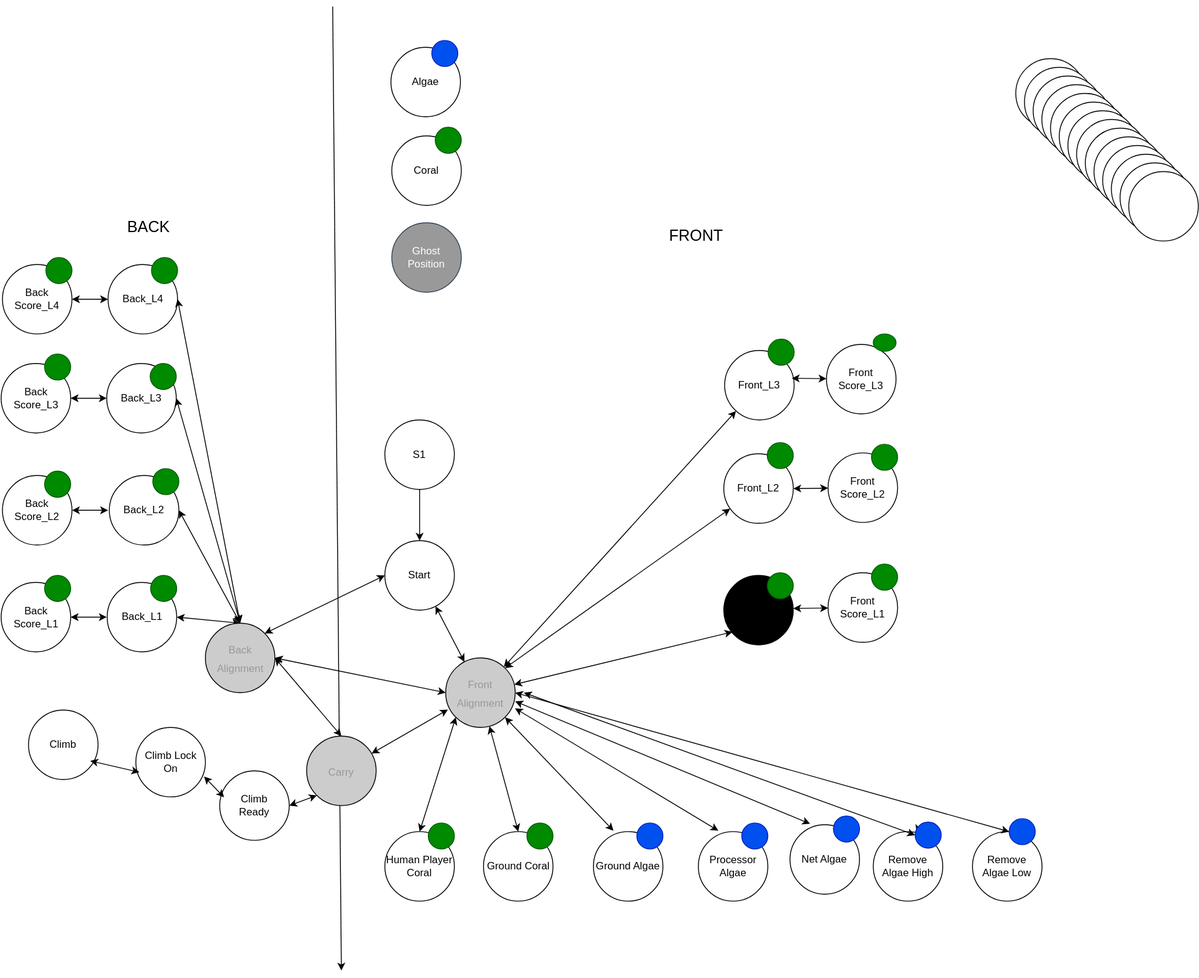
Above: src/main/java/frc/robot/subsystems/ArmControl/ArmGraph.drawio.svg in RossRambotics/2025-ReefScape (draw.io), before the change. Source tidied: cells renumbered, new cells last; positions are measured from the earlier drawing's top-left corner, leaving out a move shared by most shapes.
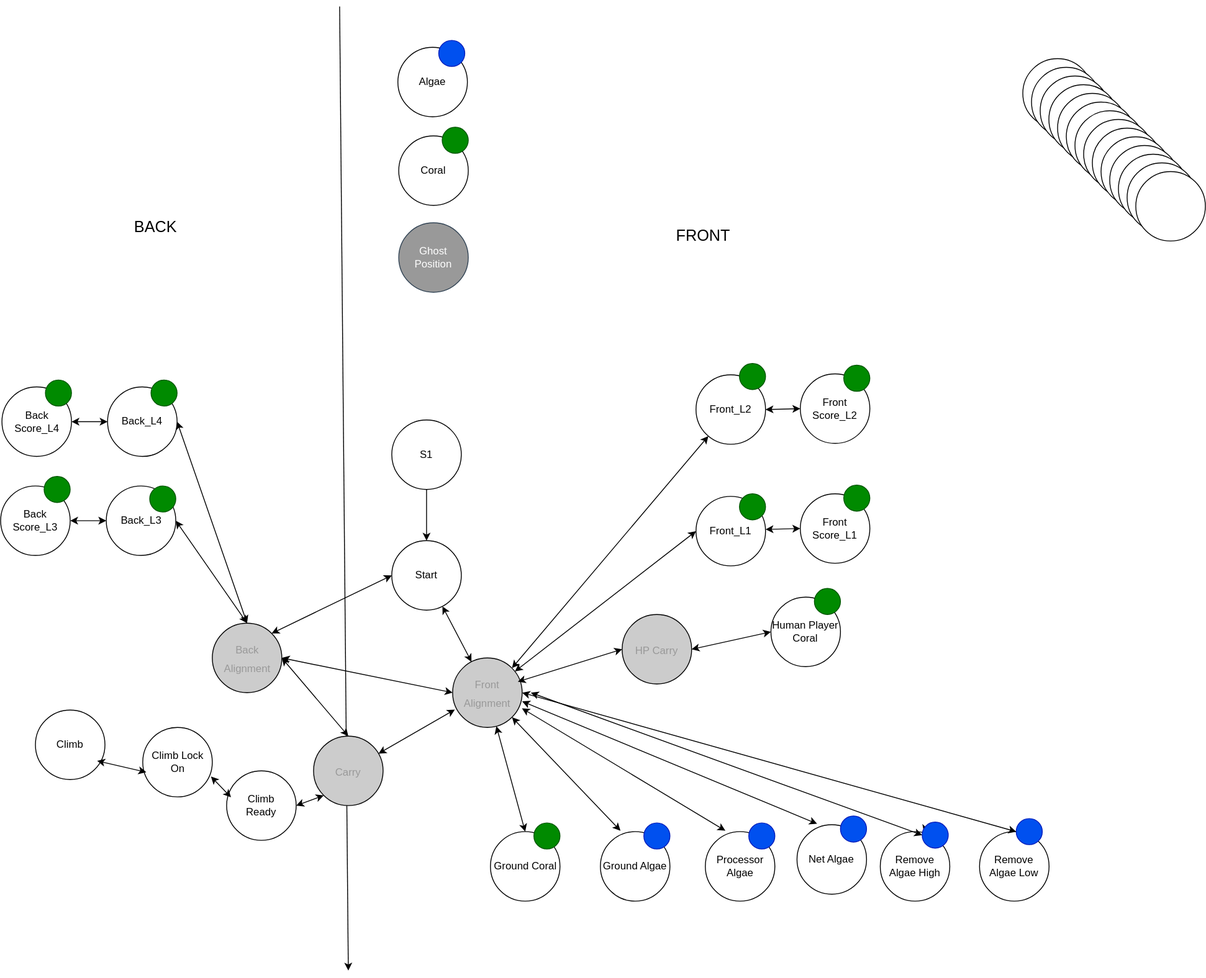
Above is the later version.

What changed in the source:
```diff
@@ -38,20 +38,20 @@
     <mxCell id="12" style="ellipse;whiteSpace=wrap;html=1;fillColor=#008a00;fontColor=#ffffff;strokeColor=#005700;" parent="1" vertex="1">
       <mxGeometry x="605.5" y="940" width="30" height="30" as="geometry" />
     </mxCell>
-    <mxCell id="13" style="edgeStyle=none;html=1;exitX=0.5;exitY=0;exitDx=0;exitDy=0;entryX=0;entryY=1;entryDx=0;entryDy=0;fontSize=12;startArrow=classic;startFill=1;" parent="1" edge="1" source="14" target="54">
+    <mxCell id="13" style="edgeStyle=none;html=1;exitX=0;exitY=0.5;exitDx=0;exitDy=0;fontSize=12;startArrow=classic;startFill=1;entryX=1;entryY=0.5;entryDx=0;entryDy=0;" parent="1" edge="1" source="14" target="105">
       <mxGeometry relative="1" as="geometry" />
     </mxCell>
     <mxCell id="14" value="Human Player Coral" style="ellipse;whiteSpace=wrap;html=1;" parent="1" vertex="1">
-      <mxGeometry x="442" y="950" width="80" height="80" as="geometry" />
+      <mxGeometry x="878.2" y="680" width="80" height="80" as="geometry" />
     </mxCell>
     <mxCell id="15" style="ellipse;whiteSpace=wrap;html=1;fillColor=#008a00;fontColor=#ffffff;strokeColor=#005700;" parent="1" vertex="1">
-      <mxGeometry x="492" y="940" width="30" height="30" as="geometry" />
+      <mxGeometry x="928.2" y="670" width="30" height="30" as="geometry" />
     </mxCell>
     <mxCell id="16" value="Front_L2" style="ellipse;whiteSpace=wrap;html=1;gradientColor=none;" parent="1" vertex="1">
-      <mxGeometry x="832" y="515" width="80" height="80" as="geometry" />
+      <mxGeometry x="792" y="424" width="80" height="80" as="geometry" />
     </mxCell>
     <mxCell id="17" style="ellipse;whiteSpace=wrap;html=1;fillColor=#008a00;fontColor=#ffffff;strokeColor=#005700;" parent="1" vertex="1">
-      <mxGeometry x="882" y="502" width="30" height="30" as="geometry" />
+      <mxGeometry x="842" y="411" width="30" height="30" as="geometry" />
     </mxCell>
     <mxCell id="18" style="ellipse;whiteSpace=wrap;html=1;gradientColor=none;" parent="1" vertex="1">
       <mxGeometry x="1168" y="60" width="80" height="80" as="geometry" />
@@ -95,23 +95,11 @@
     <mxCell id="31" style="ellipse;whiteSpace=wrap;html=1;gradientColor=none;" parent="1" vertex="1">
       <mxGeometry x="1298" y="190" width="80" height="80" as="geometry" />
     </mxCell>
-    <mxCell id="32" value="Back_L1" style="ellipse;whiteSpace=wrap;html=1;gradientColor=none;" parent="1" vertex="1">
-      <mxGeometry x="122.5" y="663" width="80" height="80" as="geometry" />
-    </mxCell>
-    <mxCell id="33" style="ellipse;whiteSpace=wrap;html=1;fillColor=#008a00;fontColor=#ffffff;strokeColor=#005700;" parent="1" vertex="1">
-      <mxGeometry x="172.5" y="655" width="30" height="30" as="geometry" />
-    </mxCell>
-    <mxCell id="34" value="Back_L2" style="ellipse;whiteSpace=wrap;html=1;gradientColor=none;" parent="1" vertex="1">
-      <mxGeometry x="125" y="540" width="80" height="80" as="geometry" />
-    </mxCell>
-    <mxCell id="35" style="ellipse;whiteSpace=wrap;html=1;fillColor=#008a00;fontColor=#ffffff;strokeColor=#005700;" parent="1" vertex="1">
-      <mxGeometry x="175" y="532" width="30" height="30" as="geometry" />
-    </mxCell>
     <mxCell id="36" value="Back_L3" style="ellipse;whiteSpace=wrap;html=1;gradientColor=none;" parent="1" vertex="1">
-      <mxGeometry x="122" y="411" width="80" height="80" as="geometry" />
+      <mxGeometry x="113.5" y="552" width="80" height="80" as="geometry" />
     </mxCell>
     <mxCell id="37" style="ellipse;whiteSpace=wrap;html=1;fillColor=#008a00;fontColor=#ffffff;strokeColor=#005700;" parent="1" vertex="1">
-      <mxGeometry x="172" y="411" width="30" height="30" as="geometry" />
+      <mxGeometry x="163.5" y="552" width="30" height="30" as="geometry" />
     </mxCell>
     <mxCell id="38" value="&lt;font style=&quot;font-size: 18px;&quot;&gt;BACK&lt;/font&gt;" style="text;strokeColor=none;align=center;fillColor=none;html=1;verticalAlign=middle;whiteSpace=wrap;rounded=0;" parent="1" vertex="1">
       <mxGeometry x="104.5" y="219" width="131" height="70" as="geometry" />
@@ -120,26 +108,20 @@
       <mxGeometry x="735" y="229" width="131" height="70" as="geometry" />
     </mxCell>
     <mxCell id="40" value="Back_L4" style="ellipse;whiteSpace=wrap;html=1;gradientColor=none;" parent="1" vertex="1">
-      <mxGeometry x="123.5" y="297" width="80" height="80" as="geometry" />
+      <mxGeometry x="115" y="438" width="80" height="80" as="geometry" />
     </mxCell>
     <mxCell id="41" style="ellipse;whiteSpace=wrap;html=1;fillColor=#008a00;fontColor=#ffffff;strokeColor=#005700;" parent="1" vertex="1">
-      <mxGeometry x="173.5" y="289" width="30" height="30" as="geometry" />
+      <mxGeometry x="165" y="430" width="30" height="30" as="geometry" />
     </mxCell>
-    <mxCell id="42" value="Front_L1" style="ellipse;whiteSpace=wrap;html=1;gradientColor=none;fillColor=#000000;" parent="1" vertex="1">
-      <mxGeometry x="832" y="655" width="80" height="80" as="geometry" />
+    <mxCell id="42" value="Front_L1" style="ellipse;whiteSpace=wrap;html=1;" parent="1" vertex="1">
+      <mxGeometry x="792" y="564" width="80" height="80" as="geometry" />
     </mxCell>
     <mxCell id="43" style="ellipse;whiteSpace=wrap;html=1;fillColor=#008a00;fontColor=#ffffff;strokeColor=#005700;" parent="1" vertex="1">
-      <mxGeometry x="882" y="652" width="30" height="30" as="geometry" />
+      <mxGeometry x="842" y="561" width="30" height="30" as="geometry" />
     </mxCell>
     <mxCell id="44" style="edgeStyle=none;html=1;exitX=1;exitY=0;exitDx=0;exitDy=0;fontSize=12;startArrow=classic;startFill=1;" parent="1" edge="1" source="54" target="16">
       <mxGeometry relative="1" as="geometry" />
     </mxCell>
-    <mxCell id="45" style="edgeStyle=none;html=1;exitX=0.5;exitY=0;exitDx=0;exitDy=0;entryX=1;entryY=0.5;entryDx=0;entryDy=0;fontSize=12;startArrow=classic;startFill=1;" parent="1" edge="1" source="49" target="32">
-      <mxGeometry relative="1" as="geometry" />
-    </mxCell>
-    <mxCell id="46" style="edgeStyle=none;html=1;exitX=0.5;exitY=0;exitDx=0;exitDy=0;entryX=1;entryY=0.5;entryDx=0;entryDy=0;fontSize=12;startArrow=classic;startFill=1;" parent="1" edge="1" source="49" target="34">
-      <mxGeometry relative="1" as="geometry" />
-    </mxCell>
     <mxCell id="47" style="edgeStyle=none;html=1;exitX=0.5;exitY=0;exitDx=0;exitDy=0;entryX=1;entryY=0.5;entryDx=0;entryDy=0;fontSize=12;startArrow=classic;startFill=1;" parent="1" edge="1" source="49" target="36">
       <mxGeometry relative="1" as="geometry" />
     </mxCell>
@@ -168,38 +150,22 @@
       <mxGeometry x="352" y="840" width="80" height="80" as="geometry" />
     </mxCell>
     <mxCell id="56" value="Back Score_L4" style="ellipse;whiteSpace=wrap;html=1;gradientColor=none;" parent="1" vertex="1">
-      <mxGeometry x="2" y="297" width="80" height="80" as="geometry" />
+      <mxGeometry x="-6.5" y="438" width="80" height="80" as="geometry" />
     </mxCell>
     <mxCell id="57" style="ellipse;whiteSpace=wrap;html=1;fillColor=#008a00;fontColor=#ffffff;strokeColor=#005700;" parent="1" vertex="1">
-      <mxGeometry x="52" y="289" width="30" height="30" as="geometry" />
+      <mxGeometry x="43.5" y="430" width="30" height="30" as="geometry" />
     </mxCell>
     <mxCell id="58" style="edgeStyle=none;html=1;fontSize=12;strokeColor=default;startArrow=classic;startFill=1;" parent="1" edge="1" source="40">
       <mxGeometry relative="1" as="geometry">
-        <mxPoint x="82" y="337" as="targetPoint" />
+        <mxPoint x="73.5" y="478" as="targetPoint" />
       </mxGeometry>
     </mxCell>
     <mxCell id="59" value="Back Score_L3" style="ellipse;whiteSpace=wrap;html=1;gradientColor=none;" parent="1" vertex="1">
-      <mxGeometry x="0.5" y="411" width="80" height="80" as="geometry" />
+      <mxGeometry x="-8" y="552" width="80" height="80" as="geometry" />
     </mxCell>
     <mxCell id="60" style="edgeStyle=none;html=1;fontSize=12;exitX=0;exitY=0.5;exitDx=0;exitDy=0;startArrow=classic;startFill=1;" parent="1" edge="1" source="36" target="59">
       <mxGeometry relative="1" as="geometry" />
     </mxCell>
-    <mxCell id="61" value="Back Score_L2" style="ellipse;whiteSpace=wrap;html=1;gradientColor=none;" parent="1" vertex="1">
-      <mxGeometry x="2" y="540" width="80" height="80" as="geometry" />
-    </mxCell>
-    <mxCell id="62" style="edgeStyle=none;html=1;fontSize=12;startArrow=classic;startFill=1;" parent="1" edge="1" target="61">
-      <mxGeometry relative="1" as="geometry">
-        <mxPoint x="123.5" y="580" as="sourcePoint" />
-      </mxGeometry>
-    </mxCell>
-    <mxCell id="63" value="Back Score_L1" style="ellipse;whiteSpace=wrap;html=1;gradientColor=none;" parent="1" vertex="1">
-      <mxGeometry x="0.5" y="663" width="80" height="80" as="geometry" />
-    </mxCell>
-    <mxCell id="64" style="edgeStyle=none;html=1;fontSize=12;startArrow=classic;startFill=1;" parent="1" edge="1" target="63">
-      <mxGeometry relative="1" as="geometry">
-        <mxPoint x="122" y="703" as="sourcePoint" />
-      </mxGeometry>
-    </mxCell>
     <mxCell id="65" style="edgeStyle=none;html=1;exitX=1;exitY=0.5;exitDx=0;exitDy=0;fontSize=12;entryX=0;entryY=0.5;entryDx=0;entryDy=0;startArrow=classic;startFill=1;" parent="1" edge="1" source="49" target="54">
       <mxGeometry relative="1" as="geometry" />
     </mxCell>
@@ -207,38 +173,30 @@
       <mxGeometry relative="1" as="geometry" />
     </mxCell>
     <mxCell id="67" style="ellipse;whiteSpace=wrap;html=1;fillColor=#008a00;fontColor=#ffffff;strokeColor=#005700;" parent="1" vertex="1">
-      <mxGeometry x="50.5" y="400" width="30" height="30" as="geometry" />
+      <mxGeometry x="42" y="541" width="30" height="30" as="geometry" />
     </mxCell>
-    <mxCell id="68" style="ellipse;whiteSpace=wrap;html=1;fillColor=#008a00;fontColor=#ffffff;strokeColor=#005700;" parent="1" vertex="1">
-      <mxGeometry x="50.5" y="535" width="30" height="30" as="geometry" />
-    </mxCell>
-    <mxCell id="69" style="ellipse;whiteSpace=wrap;html=1;fillColor=#008a00;fontColor=#ffffff;strokeColor=#005700;" parent="1" vertex="1">
-      <mxGeometry x="50.5" y="655" width="30" height="30" as="geometry" />
-    </mxCell>
     <mxCell id="70" value="Front Score_L2" style="ellipse;whiteSpace=wrap;html=1;gradientColor=none;" parent="1" vertex="1">
-      <mxGeometry x="952" y="514" width="80" height="80" as="geometry" />
+      <mxGeometry x="912" y="423" width="80" height="80" as="geometry" />
     </mxCell>
     <mxCell id="71" style="edgeStyle=none;html=1;fontSize=12;exitX=1;exitY=0.5;exitDx=0;exitDy=0;startArrow=classic;startFill=1;" parent="1" edge="1" source="16" target="70">
       <mxGeometry relative="1" as="geometry" />
     </mxCell>
     <mxCell id="72" style="ellipse;whiteSpace=wrap;html=1;fillColor=#008a00;fontColor=#ffffff;strokeColor=#005700;" parent="1" vertex="1">
-      <mxGeometry x="1002" y="504" width="30" height="30" as="geometry" />
+      <mxGeometry x="962" y="413" width="30" height="30" as="geometry" />
     </mxCell>
     <mxCell id="73" value="Front Score_L1" style="ellipse;whiteSpace=wrap;html=1;gradientColor=none;" parent="1" vertex="1">
-      <mxGeometry x="952" y="652" width="80" height="80" as="geometry" />
+      <mxGeometry x="912" y="561" width="80" height="80" as="geometry" />
     </mxCell>
     <mxCell id="74" style="edgeStyle=none;html=1;fontSize=12;exitX=1;exitY=0.5;exitDx=0;exitDy=0;startArrow=classic;startFill=1;" parent="1" edge="1" target="73">
       <mxGeometry relative="1" as="geometry">
-        <mxPoint x="912" y="693" as="sourcePoint" />
+        <mxPoint x="872" y="602" as="sourcePoint" />
       </mxGeometry>
     </mxCell>
     <mxCell id="75" style="ellipse;whiteSpace=wrap;html=1;fillColor=#008a00;fontColor=#ffffff;strokeColor=#005700;" parent="1" vertex="1">
-      <mxGeometry x="1002" y="642" width="30" height="30" as="geometry" />
+      <mxGeometry x="962" y="551" width="30" height="30" as="geometry" />
     </mxCell>
-    <mxCell id="76" style="edgeStyle=none;html=1;fontSize=12;startArrow=classic;startFill=1;" parent="1" edge="1" source="54">
-      <mxGeometry relative="1" as="geometry">
-        <mxPoint x="842" y="720" as="targetPoint" />
-      </mxGeometry>
+    <mxCell id="76" style="edgeStyle=none;html=1;fontSize=12;startArrow=classic;startFill=1;entryX=0;entryY=0.5;entryDx=0;entryDy=0;" parent="1" edge="1" source="54" target="42">
+      <mxGeometry relative="1" as="geometry" />
     </mxCell>
     <mxCell id="77" style="edgeStyle=none;html=1;fontSize=12;startArrow=classic;startFill=1;" parent="1" edge="1" source="50" target="54">
       <mxGeometry relative="1" as="geometry" />
@@ -269,26 +227,6 @@
     <mxCell id="85" style="edgeStyle=none;html=1;entryX=0.033;entryY=0.743;entryDx=0;entryDy=0;fontSize=12;startArrow=classic;startFill=1;entryPerimeter=0;" parent="1" edge="1" source="55" target="54">
       <mxGeometry relative="1" as="geometry" />
     </mxCell>
-    <mxCell id="86" value="Front_L3" style="ellipse;whiteSpace=wrap;html=1;gradientColor=none;" parent="1" vertex="1">
-      <mxGeometry x="833" y="396" width="80" height="80" as="geometry" />
-    </mxCell>
-    <mxCell id="87" style="ellipse;whiteSpace=wrap;html=1;fillColor=#008a00;fontColor=#ffffff;strokeColor=#005700;" parent="1" vertex="1">
-      <mxGeometry x="883" y="383" width="30" height="30" as="geometry" />
-    </mxCell>
-    <mxCell id="88" style="edgeStyle=none;html=1;fontSize=12;startArrow=classic;startFill=1;" parent="1" edge="1" source="54" target="86">
-      <mxGeometry relative="1" as="geometry" />
-    </mxCell>
-    <mxCell id="89" value="Front Score_L3" style="ellipse;whiteSpace=wrap;html=1;gradientColor=none;" parent="1" vertex="1">
-      <mxGeometry x="950.2" y="389" width="80" height="80" as="geometry" />
-    </mxCell>
-    <mxCell id="90" style="edgeStyle=none;html=1;fontSize=12;exitX=1;exitY=0.5;exitDx=0;exitDy=0;startArrow=classic;startFill=1;" parent="1" edge="1" target="89">
-      <mxGeometry relative="1" as="geometry">
-        <mxPoint x="910.2" y="428" as="sourcePoint" />
-      </mxGeometry>
-    </mxCell>
-    <mxCell id="91" style="ellipse;whiteSpace=wrap;html=1;fillColor=#008a00;fontColor=#ffffff;strokeColor=#005700;" parent="1" vertex="1">
-      <mxGeometry x="1004" y="377" width="26.2" height="20" as="geometry" />
-    </mxCell>
     <mxCell id="92" value="Remove Algae High" style="ellipse;whiteSpace=wrap;html=1;" parent="1" vertex="1">
       <mxGeometry x="1004" y="950" width="80" height="80" as="geometry" />
     </mxCell>
@@ -330,5 +268,11 @@
     <mxCell id="104" style="edgeStyle=none;html=1;exitX=0;exitY=1;exitDx=0;exitDy=0;fontSize=12;entryX=1;entryY=0.5;entryDx=0;entryDy=0;startArrow=classic;startFill=1;" parent="1" edge="1" source="55" target="102">
       <mxGeometry relative="1" as="geometry" />
     </mxCell>
+    <mxCell id="105" value="&lt;font color=&quot;#999999&quot;&gt;&lt;span style=&quot;font-size: 12px;&quot;&gt;HP Carry&lt;/span&gt;&lt;/font&gt;" style="ellipse;whiteSpace=wrap;html=1;fontSize=18;gradientColor=none;fillColor=#CCCCCC;" parent="1" vertex="1">
+      <mxGeometry x="707" y="700" width="80" height="80" as="geometry" />
+    </mxCell>
+    <mxCell id="106" style="edgeStyle=none;html=1;exitX=0.938;exitY=0.342;exitDx=0;exitDy=0;fontSize=12;startArrow=classic;startFill=1;exitPerimeter=0;entryX=0;entryY=0.5;entryDx=0;entryDy=0;" parent="1" edge="1" source="54" target="105">
+      <mxGeometry relative="1" as="geometry" />
+    </mxCell>
   </root>
 </mxGraphModel>
```
